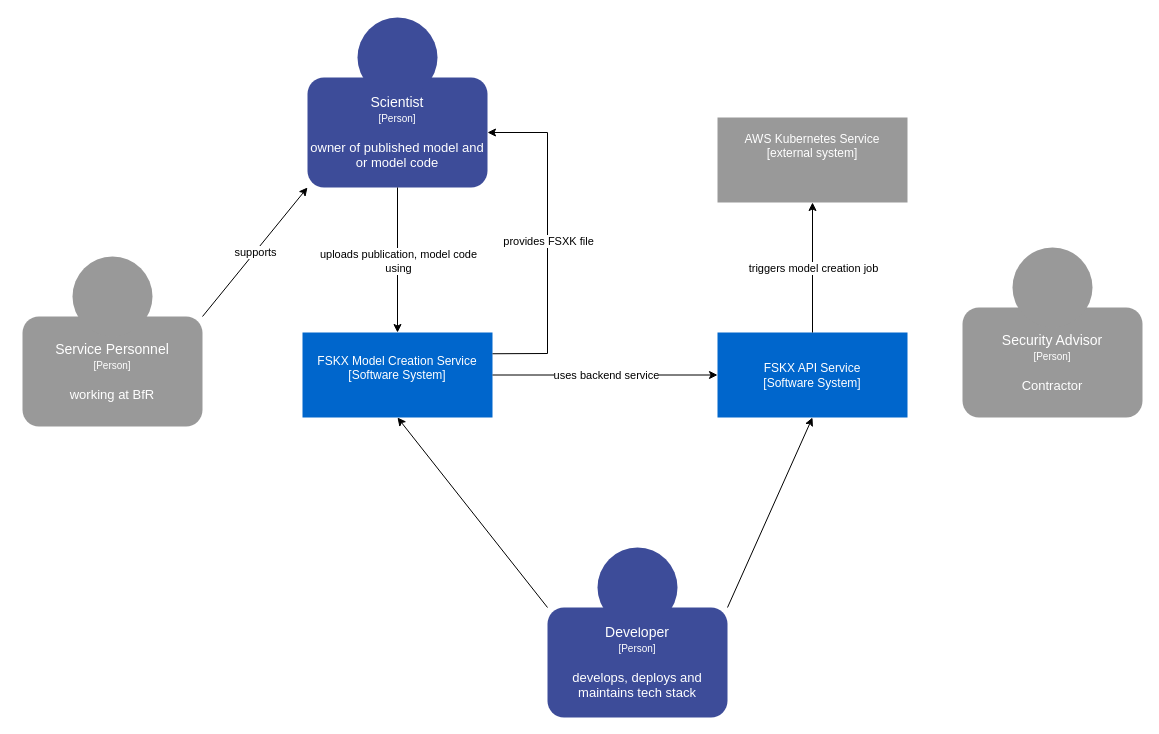
KIDA-BfR/App-Development keeps this draw.io diagram as page "System Context" (1 of 5) of FSKX_Service_C4_Architecture.drawio. Above is the earlier version. Source tidied: cells renumbered, new cells numbered last; positions are measured from the earlier drawing's top-left corner, leaving out a move shared by most shapes. Both pictures are drawn from the tidied source at 100%, with x=0, y=0 at pixel (22, 17).
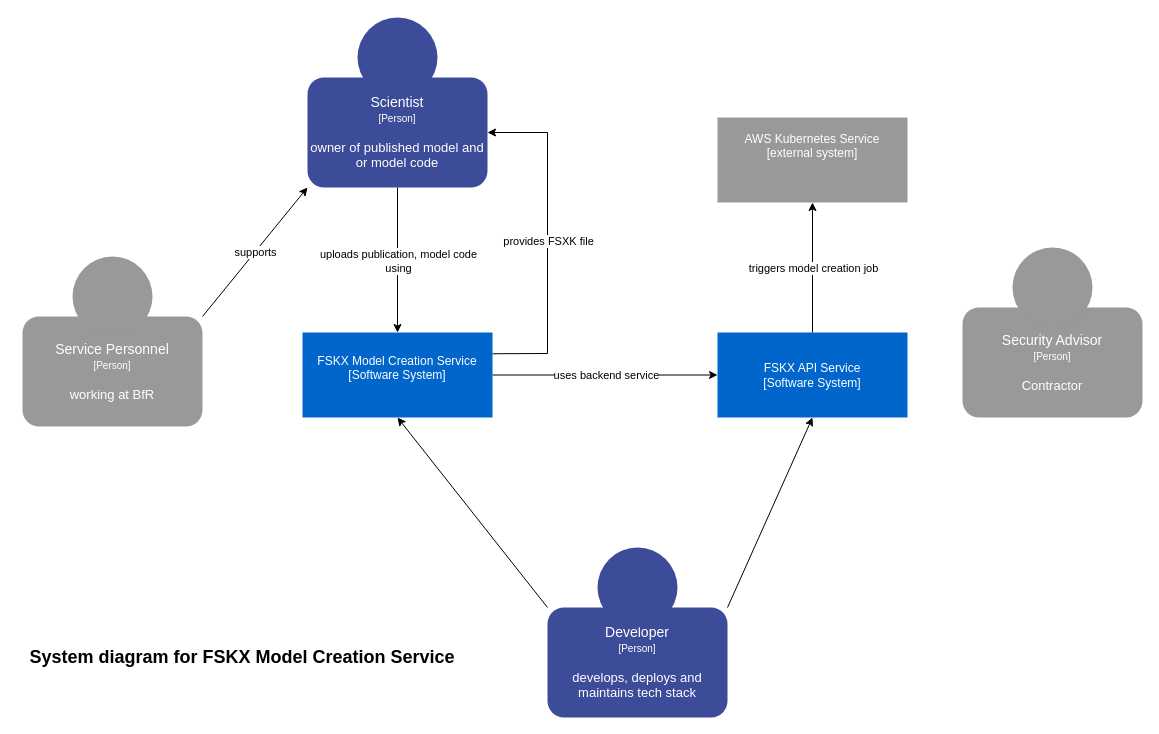
The same diagram, later.

What changed in the source:
```diff
@@
+    <mxCell id="29" value="&lt;font style=&quot;font-size: 18px;&quot;&gt;&lt;b&gt;System diagram for FSKX Model Creation Service&lt;/b&gt;&lt;/font&gt;" style="text;html=1;align=center;verticalAlign=middle;whiteSpace=wrap;rounded=0;" parent="1" vertex="1">
+      <mxGeometry x="-5" y="610" width="450" height="60" as="geometry" />
+    </mxCell>
```
